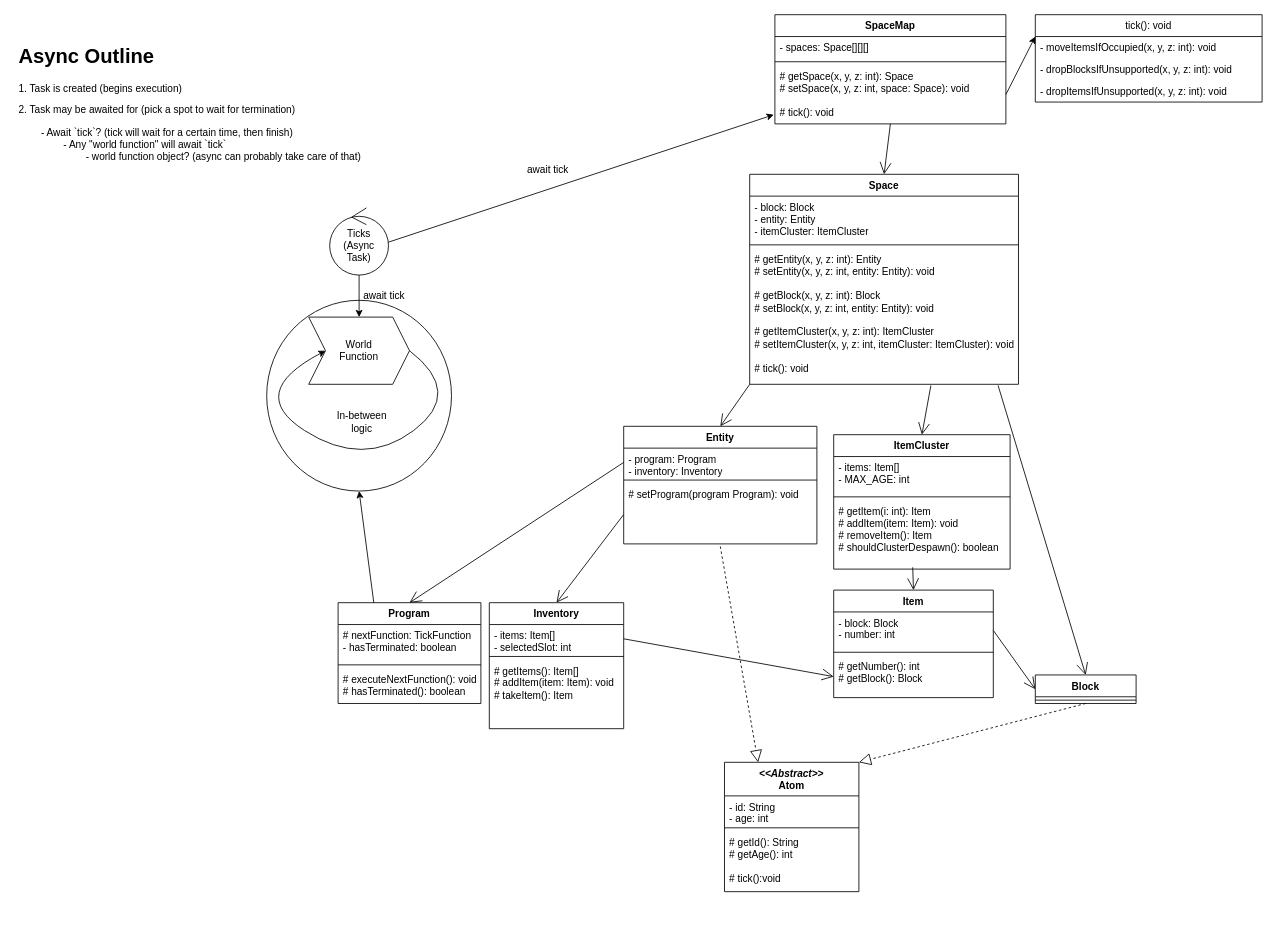
Scapsters/CCRetweaked keeps this draw.io diagram as Untitled Diagram.drawio. Above is the earlier version. Source tidied: cells renumbered, new cells numbered last; positions are measured from the earlier drawing's top-left corner, leaving out a move shared by most shapes. Both pictures are drawn from the tidied source at 84%, with x=0, y=0 at pixel (14, 14).
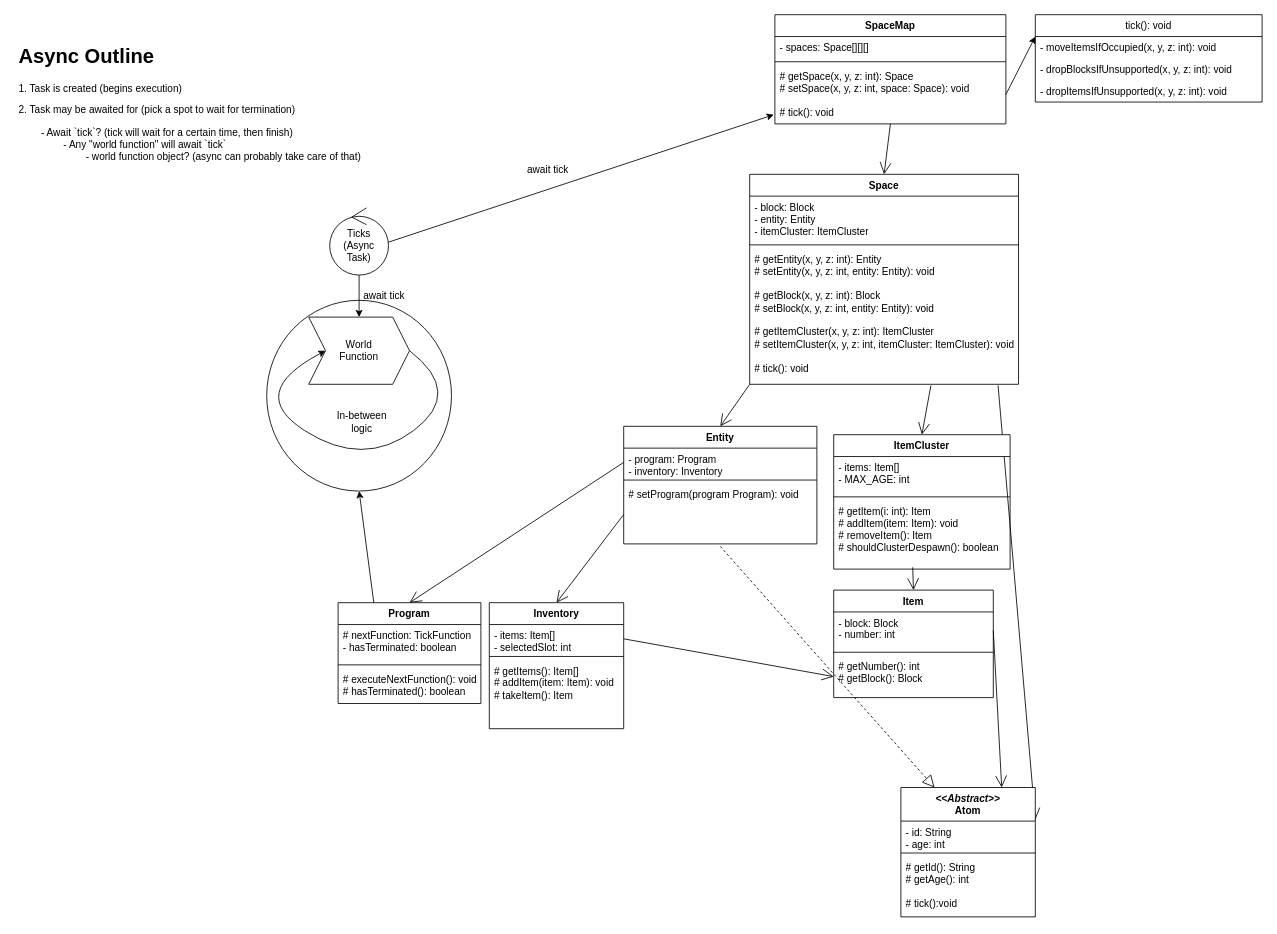
Above is the later version.

Commit message (it also covers changes not shown here):
update UML, refactor name accordingly

Unchanged cells that the change refers to:
```xml
<mxCell id="10" value="&lt;div&gt;# getEntity(x, y, z: int): Entity&lt;/div&gt;&lt;div&gt;# setEntity(x, y, z: int, entity: Entity): void&lt;/div&gt;&lt;div&gt;&lt;br&gt;&lt;/div&gt;&lt;div&gt;# getBlock(x, y, z: int): Block&lt;/div&gt;&lt;div&gt;# setBlock(x, y, z: int, entity: Entity): void&lt;/div&gt;&lt;div&gt;&lt;br&gt;&lt;/div&gt;&lt;div&gt;# getItemCluster(x, y, z: int): ItemCluster&lt;/div&gt;&lt;div&gt;# setItemCluster(x, y, z: int, itemCluster: ItemCluster): void&lt;br&gt;&lt;/div&gt;&lt;div&gt;&lt;br&gt;&lt;/div&gt;&lt;div&gt;# tick(): void&lt;/div&gt;" style="text;strokeColor=none;fillColor=none;align=left;verticalAlign=top;spacingLeft=4;spacingRight=4;overflow=hidden;points=[[0,0.5],[1,0.5]];portConstraint=eastwest;whiteSpace=wrap;html=1;" parent="7" vertex="1">
  <mxGeometry y="88" width="320" height="162" as="geometry" />
</mxCell>
<mxCell id="18" value="- block: Block&lt;div&gt;- number: int&lt;br&gt;&lt;/div&gt;" style="text;strokeColor=none;fillColor=none;align=left;verticalAlign=top;spacingLeft=4;spacingRight=4;overflow=hidden;points=[[0,0.5],[1,0.5]];portConstraint=eastwest;whiteSpace=wrap;html=1;" parent="17" vertex="1">
  <mxGeometry y="26" width="190" height="44" as="geometry" />
</mxCell>
```

Change to the diagram source:
```diff
@@
-    <mxCell id="11" value="Block" style="swimlane;fontStyle=1;align=center;verticalAlign=top;horizontal=1;startSize=26;whiteSpace=wrap;html=1;" parent="1" vertex="1">
-      <mxGeometry x="1215" y="786" width="120" height="34" as="geometry" />
-    </mxCell>
-    <mxCell id="12" style="line;strokeWidth=1;fillColor=none;align=left;verticalAlign=middle;spacingTop=-1;spacingLeft=3;spacingRight=3;labelPosition=right;strokeColor=inherit;" parent="11" vertex="1">
-      <mxGeometry y="26" width="120" height="8" as="geometry" />
-    </mxCell>
@@
-    <mxCell id="22" style="endArrow=open;endFill=1;endSize=12;html=1;rounded=0;entryX=0.5;entryY=0;entryDx=0;entryDy=0;exitX=0.924;exitY=1.008;exitDx=0;exitDy=0;exitPerimeter=0;" parent="1" edge="1" source="10" target="11">
+    <mxCell id="22" style="endArrow=open;endFill=1;endSize=12;html=1;rounded=0;entryX=1;entryY=0.25;entryDx=0;entryDy=0;exitX=0.924;exitY=1.008;exitDx=0;exitDy=0;exitPerimeter=0;" parent="1" edge="1" source="10" target="25">
       <mxGeometry relative="1" as="geometry" />
     </mxCell>
@@
     <mxCell id="25" value="&lt;div&gt;&lt;i&gt;&amp;lt;&amp;lt;Abstract&amp;gt;&amp;gt;&lt;/i&gt;&lt;br&gt;&lt;/div&gt;&lt;div&gt;Atom&lt;/div&gt;" style="swimlane;fontStyle=1;align=center;verticalAlign=top;horizontal=1;startSize=40;whiteSpace=wrap;html=1;" parent="1" vertex="1">
-      <mxGeometry x="845" y="890" width="160" height="154" as="geometry" />
+      <mxGeometry x="1055" y="920" width="160" height="154" as="geometry" />
     </mxCell>
@@
-    <mxCell id="30" style="endArrow=block;dashed=1;endFill=0;endSize=12;html=1;rounded=0;exitX=0.5;exitY=1;exitDx=0;exitDy=0;entryX=1;entryY=0;entryDx=0;entryDy=0;" parent="1" edge="1" source="11" target="25">
-      <mxGeometry relative="1" as="geometry" />
-    </mxCell>
@@
-    <mxCell id="47" style="endArrow=open;endFill=1;endSize=12;html=1;rounded=0;exitX=1;exitY=0.5;exitDx=0;exitDy=0;entryX=0;entryY=0.5;entryDx=0;entryDy=0;" parent="1" edge="1" source="18" target="11">
+    <mxCell id="47" style="endArrow=open;endFill=1;endSize=12;html=1;rounded=0;exitX=1;exitY=0.5;exitDx=0;exitDy=0;entryX=0.75;entryY=0;entryDx=0;entryDy=0;" parent="1" edge="1" source="18" target="25">
       <mxGeometry relative="1" as="geometry" />
     </mxCell>
```
